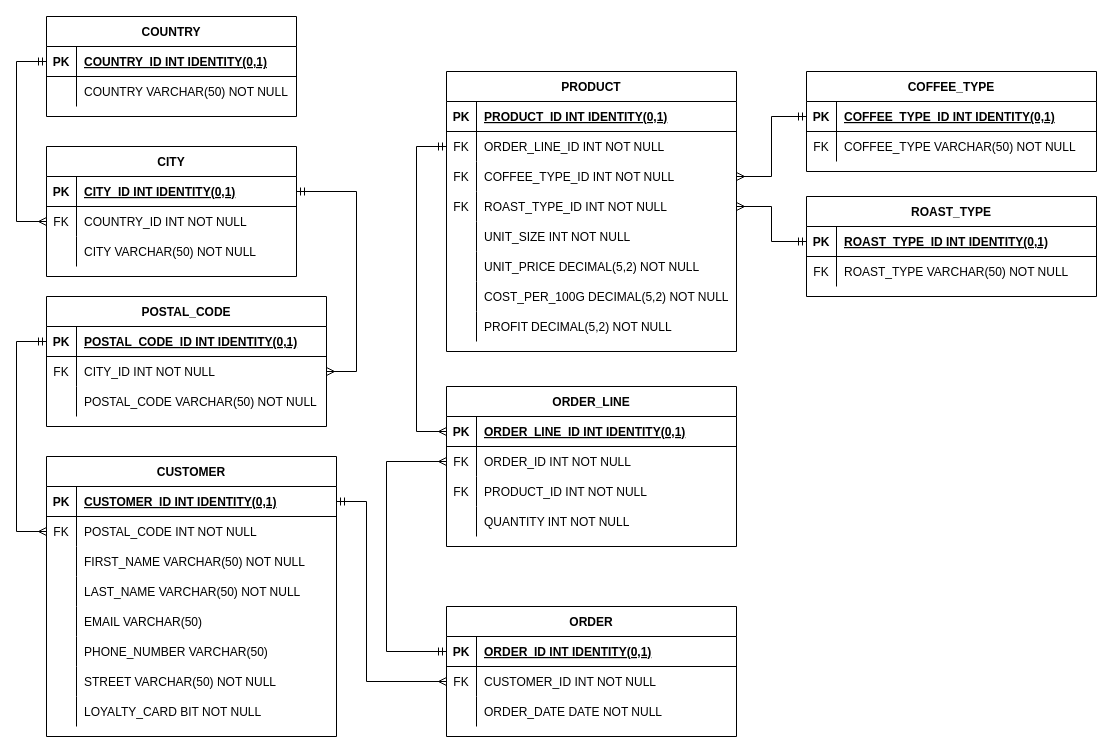
Earlier version of the draw.io diagram Coffee Sales DB/ERD.drawio (MetaDataBytes/SQL-Projects). Source tidied: cells renumbered, new cells numbered last; positions are measured from the earlier drawing's top-left corner, leaving out a move shared by most shapes. Both pictures are drawn from the tidied source at 100%, with x=0, y=0 at pixel (16, 16).
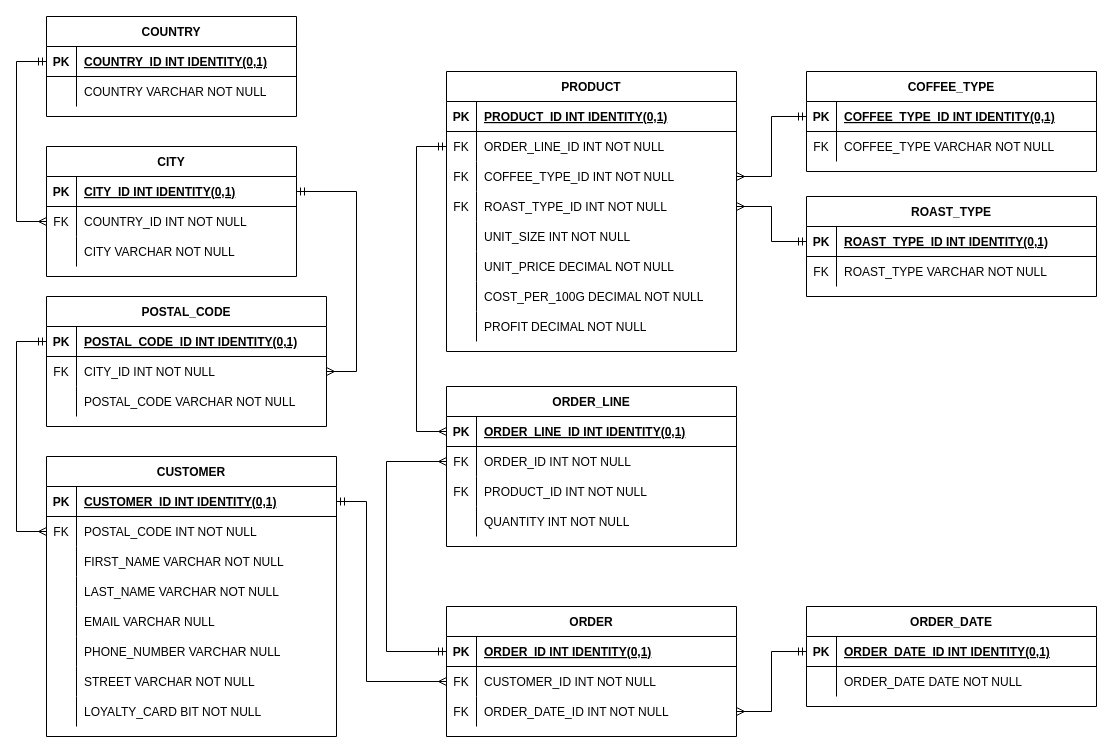
Above is the later version.

Unchanged cells that the change refers to:
```xml
<mxCell id="9" style="shape=partialRectangle;fillColor=none;top=0;left=0;right=0;bottom=0;" parent="2" vertex="1">
  <mxGeometry y="90" width="250" height="30" as="geometry" />
</mxCell>
<mxCell id="19" style="shape=partialRectangle;fillColor=none;top=0;left=0;right=0;bottom=0;" parent="12" vertex="1">
  <mxGeometry y="90" width="280" height="30" as="geometry" />
</mxCell>
<mxCell id="26" style="shape=partialRectangle;fillColor=none;top=0;left=0;right=0;bottom=0;" parent="22" vertex="1">
  <mxGeometry y="60" width="250" height="30" as="geometry" />
</mxCell>
<mxCell id="38" style="shape=partialRectangle;fillColor=none;top=0;left=0;right=0;bottom=0;" parent="31" vertex="1">
  <mxGeometry y="90" width="290" height="30" as="geometry" />
</mxCell>
<mxCell id="41" style="shape=partialRectangle;fillColor=none;top=0;left=0;right=0;bottom=0;" parent="31" vertex="1">
  <mxGeometry y="120" width="290" height="30" as="geometry" />
</mxCell>
<mxCell id="44" style="shape=partialRectangle;fillColor=none;top=0;left=0;right=0;bottom=0;" parent="31" vertex="1">
  <mxGeometry y="150" width="290" height="30" as="geometry" />
</mxCell>
<mxCell id="47" style="shape=partialRectangle;fillColor=none;top=0;left=0;right=0;bottom=0;" parent="31" vertex="1">
  <mxGeometry y="180" width="290" height="30" as="geometry" />
</mxCell>
<mxCell id="50" style="shape=partialRectangle;fillColor=none;top=0;left=0;right=0;bottom=0;" parent="31" vertex="1">
  <mxGeometry y="210" width="290" height="30" as="geometry" />
</mxCell>
<mxCell id="64" style="shape=partialRectangle;fillColor=none;points=[[0,0.5],[1,0.5]];portConstraint=eastwest;top=0;left=0;right=0;bottom=0;" parent="57" vertex="1">
  <mxGeometry y="90" width="290" height="30" as="geometry" />
</mxCell>
<mxCell id="98" style="shape=partialRectangle;fillColor=none;top=0;left=0;right=0;bottom=0;" parent="82" vertex="1">
  <mxGeometry y="180" width="290" height="30" as="geometry" />
</mxCell>
<mxCell id="101" style="shape=partialRectangle;fillColor=none;top=0;left=0;right=0;bottom=0;" parent="82" vertex="1">
  <mxGeometry y="210" width="290" height="30" as="geometry" />
</mxCell>
<mxCell id="104" style="shape=partialRectangle;fillColor=none;top=0;left=0;right=0;bottom=0;" parent="82" vertex="1">
  <mxGeometry y="240" width="290" height="30" as="geometry" />
</mxCell>
<mxCell id="111" style="shape=partialRectangle;fillColor=none;top=0;left=0;right=0;bottom=0;" parent="107" vertex="1">
  <mxGeometry y="60" width="290" height="30" as="geometry" />
</mxCell>
<mxCell id="118" style="shape=partialRectangle;fillColor=none;top=0;left=0;right=0;bottom=0;" parent="114" vertex="1">
  <mxGeometry y="60" width="290" height="30" as="geometry" />
</mxCell>
```

Diff of the diagram source:
```diff
@@
-    <mxCell id="11" value="CITY VARCHAR(50) NOT NULL" style="shape=partialRectangle;overflow=hidden;fillColor=none;top=0;left=0;bottom=0;right=0;align=left;spacingLeft=6;" parent="9" vertex="1">
+    <mxCell id="11" value="CITY VARCHAR NOT NULL" style="shape=partialRectangle;overflow=hidden;fillColor=none;top=0;left=0;bottom=0;right=0;align=left;spacingLeft=6;" parent="9" vertex="1">
       <mxGeometry x="30" width="220" height="30" as="geometry" />
     </mxCell>
@@
-    <mxCell id="21" value="POSTAL_CODE VARCHAR(50) NOT NULL" style="shape=partialRectangle;overflow=hidden;fillColor=none;top=0;left=0;bottom=0;right=0;align=left;spacingLeft=6;" parent="19" vertex="1">
+    <mxCell id="21" value="POSTAL_CODE VARCHAR NOT NULL" style="shape=partialRectangle;overflow=hidden;fillColor=none;top=0;left=0;bottom=0;right=0;align=left;spacingLeft=6;" parent="19" vertex="1">
       <mxGeometry x="30" width="250" height="30" as="geometry" />
     </mxCell>
@@
-    <mxCell id="28" value="COUNTRY VARCHAR(50) NOT NULL" style="shape=partialRectangle;overflow=hidden;fillColor=none;top=0;left=0;bottom=0;right=0;align=left;spacingLeft=6;" parent="26" vertex="1">
+    <mxCell id="28" value="COUNTRY VARCHAR NOT NULL" style="shape=partialRectangle;overflow=hidden;fillColor=none;top=0;left=0;bottom=0;right=0;align=left;spacingLeft=6;" parent="26" vertex="1">
       <mxGeometry x="30" width="220" height="30" as="geometry" />
     </mxCell>
@@
-    <mxCell id="40" value="FIRST_NAME VARCHAR(50) NOT NULL" style="shape=partialRectangle;overflow=hidden;fillColor=none;top=0;left=0;bottom=0;right=0;align=left;spacingLeft=6;" parent="38" vertex="1">
+    <mxCell id="40" value="FIRST_NAME VARCHAR NOT NULL" style="shape=partialRectangle;overflow=hidden;fillColor=none;top=0;left=0;bottom=0;right=0;align=left;spacingLeft=6;" parent="38" vertex="1">
       <mxGeometry x="30" width="260" height="30" as="geometry" />
     </mxCell>
@@
-    <mxCell id="43" value="LAST_NAME VARCHAR(50) NOT NULL" style="shape=partialRectangle;overflow=hidden;fillColor=none;top=0;left=0;bottom=0;right=0;align=left;spacingLeft=6;" parent="41" vertex="1">
+    <mxCell id="43" value="LAST_NAME VARCHAR NOT NULL" style="shape=partialRectangle;overflow=hidden;fillColor=none;top=0;left=0;bottom=0;right=0;align=left;spacingLeft=6;" parent="41" vertex="1">
       <mxGeometry x="30" width="260" height="30" as="geometry" />
     </mxCell>
@@
-    <mxCell id="46" value="EMAIL VARCHAR(50)" style="shape=partialRectangle;overflow=hidden;fillColor=none;top=0;left=0;bottom=0;right=0;align=left;spacingLeft=6;" parent="44" vertex="1">
+    <mxCell id="46" value="EMAIL VARCHAR NULL" style="shape=partialRectangle;overflow=hidden;fillColor=none;top=0;left=0;bottom=0;right=0;align=left;spacingLeft=6;" parent="44" vertex="1">
       <mxGeometry x="30" width="260" height="30" as="geometry" />
     </mxCell>
@@
-    <mxCell id="49" value="PHONE_NUMBER VARCHAR(50)" style="shape=partialRectangle;overflow=hidden;fillColor=none;top=0;left=0;bottom=0;right=0;align=left;spacingLeft=6;" parent="47" vertex="1">
+    <mxCell id="49" value="PHONE_NUMBER VARCHAR NULL" style="shape=partialRectangle;overflow=hidden;fillColor=none;top=0;left=0;bottom=0;right=0;align=left;spacingLeft=6;" parent="47" vertex="1">
       <mxGeometry x="30" width="260" height="30" as="geometry" />
     </mxCell>
@@
-    <mxCell id="52" value="STREET VARCHAR(50) NOT NULL" style="shape=partialRectangle;overflow=hidden;fillColor=none;top=0;left=0;bottom=0;right=0;align=left;spacingLeft=6;" parent="50" vertex="1">
+    <mxCell id="52" value="STREET VARCHAR NOT NULL" style="shape=partialRectangle;overflow=hidden;fillColor=none;top=0;left=0;bottom=0;right=0;align=left;spacingLeft=6;" parent="50" vertex="1">
       <mxGeometry x="30" width="260" height="30" as="geometry" />
     </mxCell>
@@
-    <mxCell id="65" style="shape=partialRectangle;overflow=hidden;fillColor=none;top=0;left=0;bottom=0;right=0;" parent="64" vertex="1">
+    <mxCell id="65" value="FK" style="shape=partialRectangle;overflow=hidden;fillColor=none;top=0;left=0;bottom=0;right=0;" parent="64" vertex="1">
       <mxGeometry width="30" height="30" as="geometry" />
     </mxCell>
-    <mxCell id="66" value="ORDER_DATE DATE NOT NULL" style="shape=partialRectangle;overflow=hidden;fillColor=none;top=0;left=0;bottom=0;right=0;align=left;spacingLeft=6;" parent="64" vertex="1">
+    <mxCell id="66" value="ORDER_DATE_ID INT NOT NULL" style="shape=partialRectangle;overflow=hidden;fillColor=none;top=0;left=0;bottom=0;right=0;align=left;spacingLeft=6;" parent="64" vertex="1">
       <mxGeometry x="30" width="260" height="30" as="geometry" />
     </mxCell>
@@
-    <mxCell id="100" value="UNIT_PRICE DECIMAL(5,2) NOT NULL" style="shape=partialRectangle;overflow=hidden;fillColor=none;top=0;left=0;bottom=0;right=0;align=left;spacingLeft=6;" parent="98" vertex="1">
+    <mxCell id="100" value="UNIT_PRICE DECIMAL NOT NULL" style="shape=partialRectangle;overflow=hidden;fillColor=none;top=0;left=0;bottom=0;right=0;align=left;spacingLeft=6;" parent="98" vertex="1">
       <mxGeometry x="30" width="260" height="30" as="geometry" />
     </mxCell>
@@
-    <mxCell id="103" value="COST_PER_100G DECIMAL(5,2) NOT NULL" style="shape=partialRectangle;overflow=hidden;fillColor=none;top=0;left=0;bottom=0;right=0;align=left;spacingLeft=6;" parent="101" vertex="1">
+    <mxCell id="103" value="COST_PER_100G DECIMAL NOT NULL" style="shape=partialRectangle;overflow=hidden;fillColor=none;top=0;left=0;bottom=0;right=0;align=left;spacingLeft=6;" parent="101" vertex="1">
       <mxGeometry x="30" width="260" height="30" as="geometry" />
     </mxCell>
@@
-    <mxCell id="106" value="PROFIT DECIMAL(5,2) NOT NULL" style="shape=partialRectangle;overflow=hidden;fillColor=none;top=0;left=0;bottom=0;right=0;align=left;spacingLeft=6;" parent="104" vertex="1">
+    <mxCell id="106" value="PROFIT DECIMAL NOT NULL" style="shape=partialRectangle;overflow=hidden;fillColor=none;top=0;left=0;bottom=0;right=0;align=left;spacingLeft=6;" parent="104" vertex="1">
       <mxGeometry x="30" width="260" height="30" as="geometry" />
     </mxCell>
@@
-    <mxCell id="113" value="COFFEE_TYPE VARCHAR(50) NOT NULL" style="shape=partialRectangle;overflow=hidden;fillColor=none;top=0;left=0;bottom=0;right=0;align=left;spacingLeft=6;" parent="111" vertex="1">
+    <mxCell id="113" value="COFFEE_TYPE VARCHAR NOT NULL" style="shape=partialRectangle;overflow=hidden;fillColor=none;top=0;left=0;bottom=0;right=0;align=left;spacingLeft=6;" parent="111" vertex="1">
       <mxGeometry x="30" width="260" height="30" as="geometry" />
     </mxCell>
@@
-    <mxCell id="120" value="ROAST_TYPE VARCHAR(50) NOT NULL" style="shape=partialRectangle;overflow=hidden;fillColor=none;top=0;left=0;bottom=0;right=0;align=left;spacingLeft=6;" parent="118" vertex="1">
+    <mxCell id="120" value="ROAST_TYPE VARCHAR NOT NULL" style="shape=partialRectangle;overflow=hidden;fillColor=none;top=0;left=0;bottom=0;right=0;align=left;spacingLeft=6;" parent="118" vertex="1">
       <mxGeometry x="30" width="260" height="30" as="geometry" />
     </mxCell>
@@
+    <mxCell id="124" value="ORDER_DATE" style="shape=table;startSize=30;childLayout=tableLayout;rowLines=0;fontStyle=1;align=center;" parent="1" vertex="1">
+      <mxGeometry x="790" y="590" width="290" height="100" as="geometry" />
+    </mxCell>
+    <mxCell id="125" style="shape=partialRectangle;fillColor=none;points=[[0,0.5],[1,0.5]];portConstraint=eastwest;top=0;left=0;right=0;bottom=1;" parent="124" vertex="1">
+      <mxGeometry y="30" width="290" height="30" as="geometry" />
+    </mxCell>
+    <mxCell id="126" value="PK" style="shape=partialRectangle;overflow=hidden;fillColor=none;top=0;left=0;bottom=0;right=0;fontStyle=1;" parent="125" vertex="1">
+      <mxGeometry width="30" height="30" as="geometry" />
+    </mxCell>
+    <mxCell id="127" value="ORDER_DATE_ID INT IDENTITY(0,1)" style="shape=partialRectangle;overflow=hidden;fillColor=none;top=0;left=0;bottom=0;right=0;align=left;spacingLeft=6;fontStyle=5;" parent="125" vertex="1">
+      <mxGeometry x="30" width="260" height="30" as="geometry" />
+    </mxCell>
+    <mxCell id="128" style="shape=partialRectangle;fillColor=none;top=0;left=0;right=0;bottom=0;" parent="124" vertex="1">
+      <mxGeometry y="60" width="290" height="30" as="geometry" />
+    </mxCell>
+    <mxCell id="129" style="shape=partialRectangle;overflow=hidden;fillColor=none;top=0;left=0;bottom=0;right=0;" parent="128" vertex="1">
+      <mxGeometry width="30" height="30" as="geometry" />
+    </mxCell>
+    <mxCell id="130" value="ORDER_DATE DATE NOT NULL" style="shape=partialRectangle;overflow=hidden;fillColor=none;top=0;left=0;bottom=0;right=0;align=left;spacingLeft=6;" parent="128" vertex="1">
+      <mxGeometry x="30" width="260" height="30" as="geometry" />
+    </mxCell>
+    <mxCell id="131" style="edgeStyle=orthogonalEdgeStyle;rounded=0;jettySize=auto;html=1;exitX=1;exitY=0.5;exitDx=0;exitDy=0;entryX=0;entryY=0.5;entryDx=0;entryDy=0;endArrow=ERmandOne;endFill=0;startArrow=ERmany;startFill=0;" parent="1" edge="1" source="64" target="125">
+      <mxGeometry relative="1" as="geometry" />
+    </mxCell>
```
